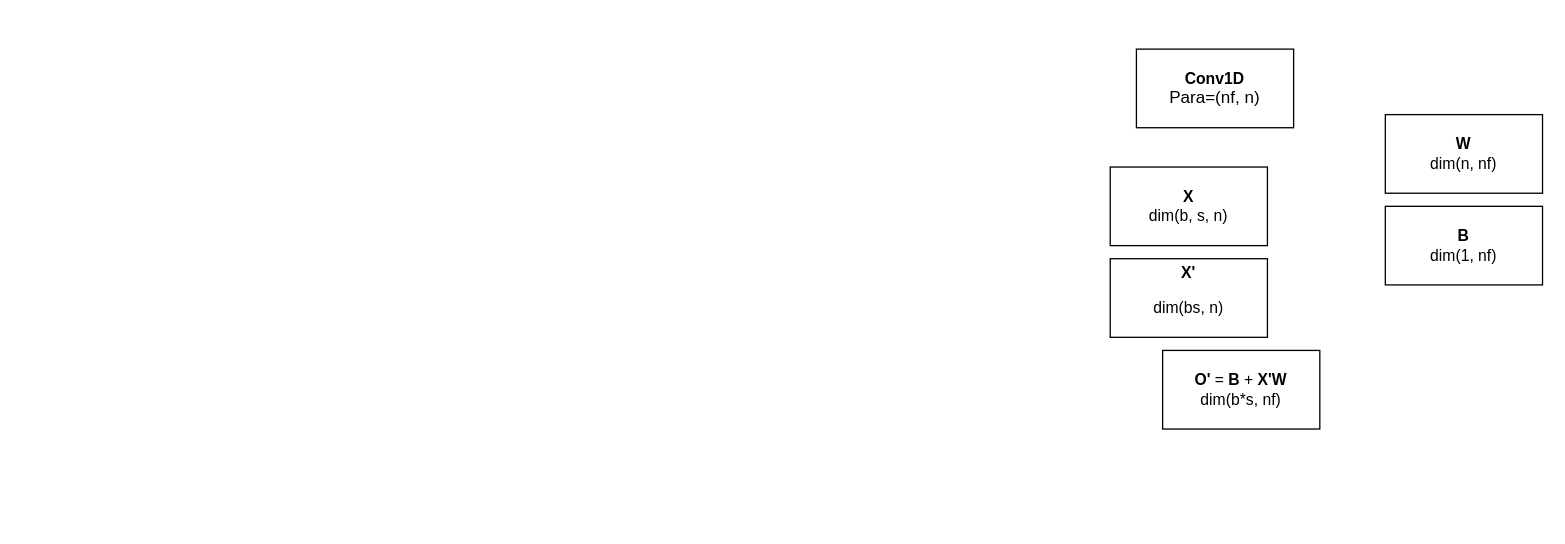
This is GPT2.drawio from qpdbcoocdbqp/GPT-2, a draw.io file, before an edit. Source tidied: cells renumbered, new cells numbered last; positions are measured from the earlier drawing's top-left corner, leaving out a move shared by most shapes. Both pictures are drawn from the tidied source at 131%, with x=0, y=0 at pixel (1110, 48).
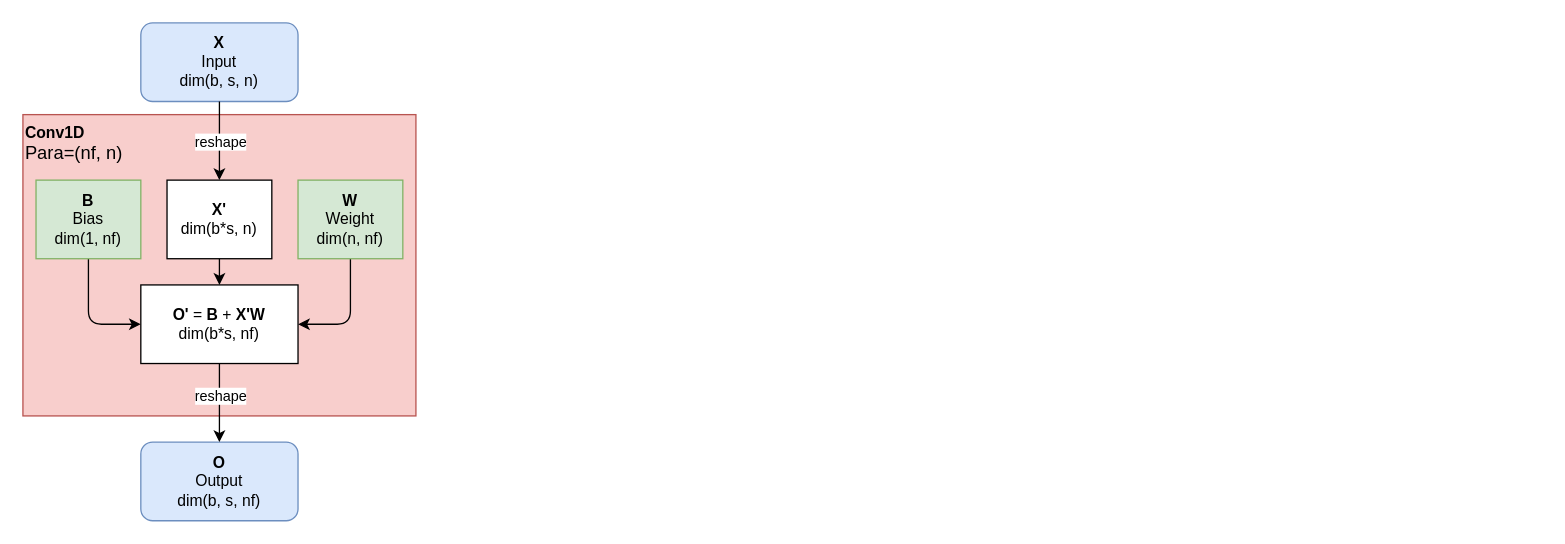
After the change.

The edit, as a diff of the source:
```diff
@@
 <mxGraphModel>
   <root>
     <mxCell id="0" />
     <mxCell id="1" parent="0" />
-    <mxCell id="2" value="&lt;b&gt;Conv1D&lt;br&gt;&lt;/b&gt;&lt;font style=&quot;font-size: 13px&quot;&gt;Para=(nf, n)&lt;/font&gt;" style="rounded=0;whiteSpace=wrap;html=1;" parent="1" vertex="1">
-      <mxGeometry x="20" width="120" height="60" as="geometry" />
+    <mxCell id="2" value="&lt;b&gt;Conv1D&lt;br&gt;&lt;/b&gt;&lt;font style=&quot;font-size: 14px&quot;&gt;Para=(nf, n)&lt;/font&gt;" style="rounded=0;whiteSpace=wrap;html=1;fillColor=#f8cecc;strokeColor=#b85450;align=left;verticalAlign=top;" parent="1" vertex="1">
+      <mxGeometry x="-830" y="50" width="300" height="230" as="geometry" />
     </mxCell>
+    <mxCell id="8" style="edgeStyle=orthogonalEdgeStyle;rounded=1;jettySize=auto;html=1;entryX=1;entryY=0.5;entryDx=0;entryDy=0;" parent="1" edge="1" source="3" target="7">
+      <mxGeometry relative="1" as="geometry" />
+    </mxCell>
-    <mxCell id="3" value="&lt;b&gt;W&lt;/b&gt;&lt;br&gt;dim(n, nf)" style="rounded=0;whiteSpace=wrap;html=1;" parent="1" vertex="1">
-      <mxGeometry x="210" y="50" width="120" height="60" as="geometry" />
+    <mxCell id="3" value="&lt;b&gt;W&lt;br&gt;&lt;/b&gt;Weight&lt;br&gt;dim(n, nf)" style="rounded=0;whiteSpace=wrap;html=1;fillColor=#d5e8d4;strokeColor=#82b366;" parent="1" vertex="1">
+      <mxGeometry x="-620" y="100" width="80" height="60" as="geometry" />
     </mxCell>
+    <mxCell id="9" style="edgeStyle=orthogonalEdgeStyle;rounded=1;jettySize=auto;html=1;entryX=0;entryY=0.5;entryDx=0;entryDy=0;" parent="1" edge="1" source="4" target="7">
+      <mxGeometry relative="1" as="geometry" />
+    </mxCell>
-    <mxCell id="4" value="&lt;b&gt;B&lt;br&gt;&lt;/b&gt;dim(1, nf)" style="rounded=0;whiteSpace=wrap;html=1;" parent="1" vertex="1">
-      <mxGeometry x="210" y="120" width="120" height="60" as="geometry" />
+    <mxCell id="4" value="&lt;b&gt;B&lt;br&gt;&lt;/b&gt;Bias&lt;br&gt;dim(1, nf)" style="rounded=0;whiteSpace=wrap;html=1;fillColor=#d5e8d4;strokeColor=#82b366;" parent="1" vertex="1">
+      <mxGeometry x="-820" y="100" width="80" height="60" as="geometry" />
     </mxCell>
-    <mxCell id="5" value="&lt;b&gt;X&lt;/b&gt;&lt;br&gt;dim(b, s, n)" style="rounded=0;whiteSpace=wrap;html=1;" parent="1" vertex="1">
-      <mxGeometry y="90" width="120" height="60" as="geometry" />
+    <mxCell id="5" value="&lt;b&gt;X&lt;br&gt;&lt;/b&gt;Input&lt;br&gt;dim(b, s, n)" style="rounded=1;whiteSpace=wrap;html=1;labelBackgroundColor=none;fillColor=#dae8fc;strokeColor=#6c8ebf;" parent="1" vertex="1">
+      <mxGeometry x="-740" y="-20" width="120" height="60" as="geometry" />
     </mxCell>
+    <mxCell id="7" value="&lt;b&gt;O'&lt;/b&gt; = &lt;b&gt;B&lt;/b&gt; + &lt;b&gt;X'W&lt;/b&gt;&lt;br&gt;dim(b*s, nf)" style="rounded=0;whiteSpace=wrap;html=1;" parent="1" vertex="1">
+      <mxGeometry x="-740" y="180" width="120" height="60" as="geometry" />
+    </mxCell>
+    <mxCell id="10" style="endArrow=classic;html=1;exitX=0.5;exitY=1;exitDx=0;exitDy=0;entryX=0.5;entryY=0;entryDx=0;entryDy=0;edgeStyle=orthogonalEdgeStyle;" parent="1" edge="1" source="5" target="6">
+      <mxGeometry relative="1" as="geometry" />
+    </mxCell>
+    <mxCell id="11" value="reshape" style="edgeLabel;html=1;align=center;verticalAlign=middle;" parent="10" vertex="1">
+      <mxGeometry relative="1" as="geometry" />
+    </mxCell>
+    <mxCell id="12" value="&lt;b&gt;O&lt;/b&gt;&lt;br&gt;Output&lt;br&gt;dim(b, s, nf)" style="rounded=1;whiteSpace=wrap;html=1;shadow=0;glass=0;labelBackgroundColor=none;sketch=0;fillColor=#dae8fc;strokeColor=#6c8ebf;" parent="1" vertex="1">
+      <mxGeometry x="-740" y="300" width="120" height="60" as="geometry" />
+    </mxCell>
+    <mxCell id="13" style="endArrow=classic;html=1;exitX=0.5;exitY=1;exitDx=0;exitDy=0;entryX=0.5;entryY=0;entryDx=0;entryDy=0;" parent="1" edge="1" source="7" target="12">
+      <mxGeometry relative="1" as="geometry" />
+    </mxCell>
+    <mxCell id="14" value="reshape" style="edgeLabel;html=1;align=center;verticalAlign=middle;" parent="13" vertex="1">
+      <mxGeometry relative="1" as="geometry">
+        <mxPoint y="-5.1" as="offset" />
+      </mxGeometry>
+    </mxCell>
+    <mxCell id="15" style="edgeStyle=orthogonalEdgeStyle;rounded=1;jettySize=auto;html=1;" parent="1" edge="1" source="6" target="7">
+      <mxGeometry relative="1" as="geometry" />
+    </mxCell>
-    <mxCell id="6" value="&lt;b&gt;X'&lt;/b&gt;&lt;br&gt;&lt;p&gt;dim(bs, n)&lt;/p&gt;" style="rounded=0;whiteSpace=wrap;html=1;" parent="1" vertex="1">
-      <mxGeometry y="160" width="120" height="60" as="geometry" />
+    <mxCell id="6" value="&lt;b&gt;X'&lt;br&gt;&lt;/b&gt;&lt;span&gt;dim(b*s, n)&lt;/span&gt;&lt;b&gt;&lt;br&gt;&lt;/b&gt;" style="rounded=0;whiteSpace=wrap;html=1;glass=0;shadow=0;sketch=0;" parent="1" vertex="1">
+      <mxGeometry x="-720" y="100" width="80" height="60" as="geometry" />
     </mxCell>
-    <mxCell id="7" value="&lt;b&gt;O'&lt;/b&gt; = &lt;b&gt;B&lt;/b&gt; + &lt;b&gt;X'W&lt;/b&gt;&lt;br&gt;dim(b*s, nf)" style="rounded=0;whiteSpace=wrap;html=1;" parent="1" vertex="1">
-      <mxGeometry x="40" y="230" width="120" height="60" as="geometry" />
-    </mxCell>
   </root>
 </mxGraphModel>
```
